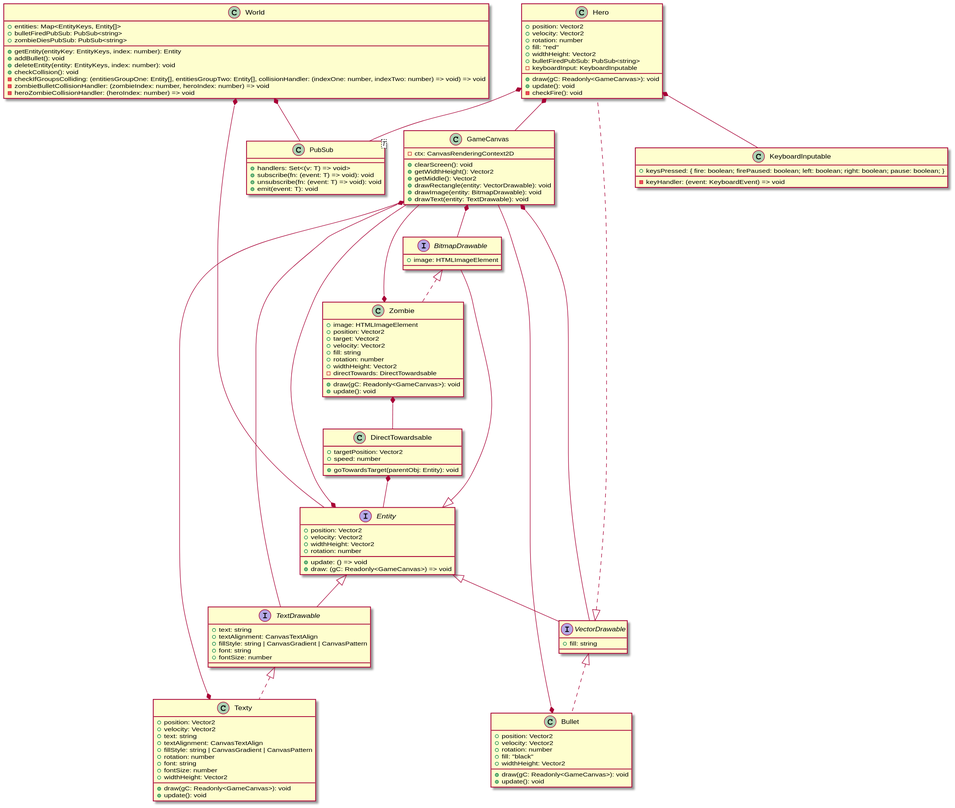
Before: uml-composition.svg, a diagram exported from PlantUML (David-Else/zombie-attack-4).
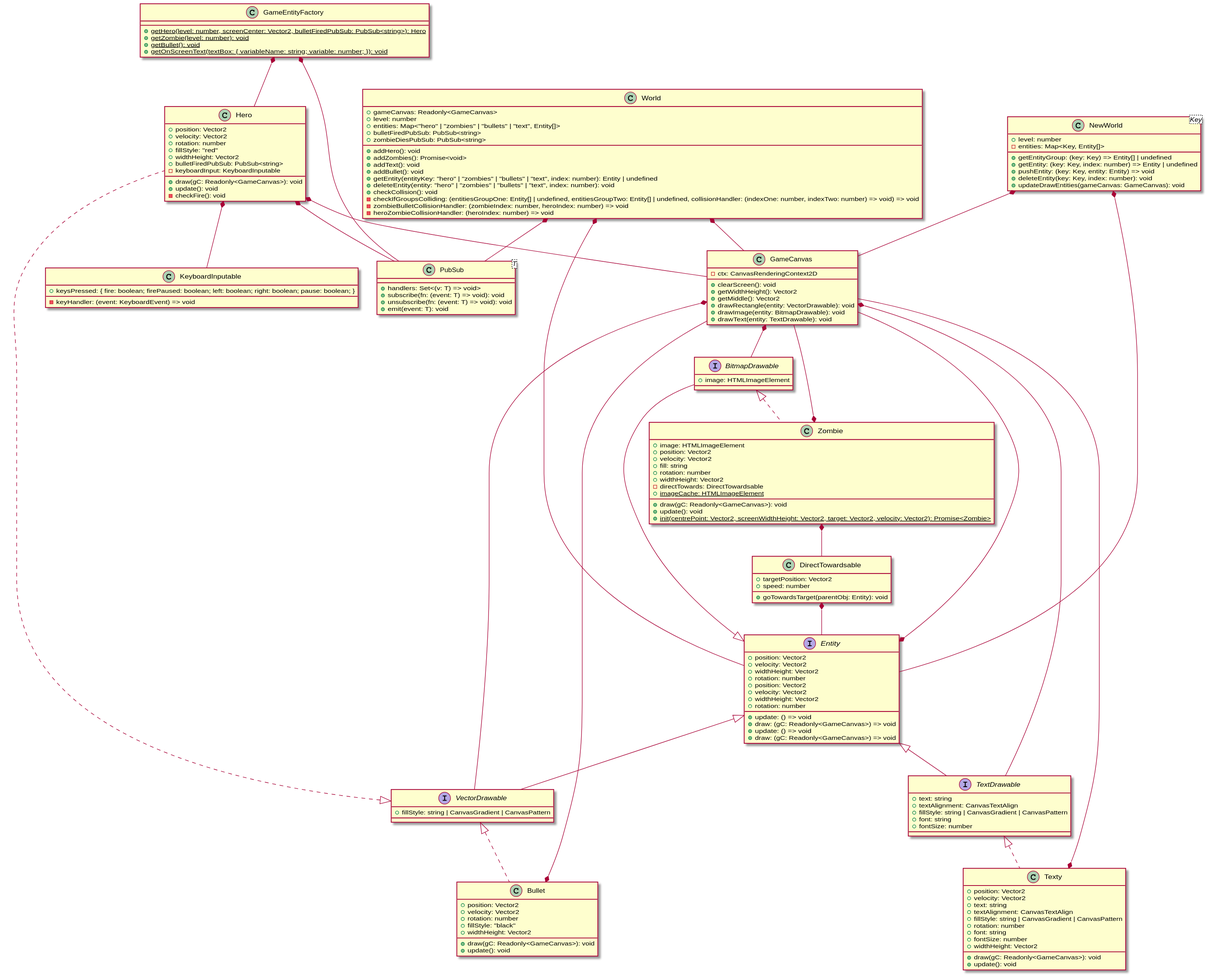
The same file after the commit.

Diff of the diagram source:
```diff
@@ -1,25 +1,13 @@
 @startuml
+class KeyboardInputable {
+    +keysPressed: { fire: boolean; firePaused: boolean; left: boolean; right: boolean; pause: boolean; }
+    -keyHandler: (event: KeyboardEvent) => void
+}
 class PubSub<T> {
     +handlers: Set<(v: T) => void>
     +subscribe(fn: (event: T) => void): void
     +unsubscribe(fn: (event: T) => void): void
     +emit(event: T): void
-}
-class KeyboardInputable {
-    +keysPressed: { fire: boolean; firePaused: boolean; left: boolean; right: boolean; pause: boolean; }
-    -keyHandler: (event: KeyboardEvent) => void
-}
-class Hero implements VectorDrawable {
-    +position: Vector2
-    +velocity: Vector2
-    +rotation: number
-    +fill: "red"
-    +widthHeight: Vector2
-    +bulletFiredPubSub: PubSub<string>
-    -keyboardInput: KeyboardInputable
-    +draw(gC: Readonly<GameCanvas>): void
-    +update(): void
-    -checkFire(): void
 }
 class DirectTowardsable {
     +targetPosition: Vector2
@@ -29,7 +17,6 @@
 class Zombie implements BitmapDrawable {
     +image: HTMLImageElement
     +position: Vector2
-    +target: Vector2
     +velocity: Vector2
     +fill: string
     +rotation: number
@@ -37,28 +24,8 @@
     -directTowards: DirectTowardsable
     +draw(gC: Readonly<GameCanvas>): void
     +update(): void
-}
-class Texty implements TextDrawable {
-    +position: Vector2
-    +velocity: Vector2
-    +text: string
-    +textAlignment: CanvasTextAlign
-    +fillStyle: string | CanvasGradient | CanvasPattern
-    +rotation: number
-    +font: string
-    +fontSize: number
-    +widthHeight: Vector2
-    +draw(gC: Readonly<GameCanvas>): void
-    +update(): void
-}
-class Bullet implements VectorDrawable {
-    +position: Vector2
-    +velocity: Vector2
-    +rotation: number
-    +fill: "black"
-    +widthHeight: Vector2
-    +draw(gC: Readonly<GameCanvas>): void
-    +update(): void
+    +{static} imageCache: HTMLImageElement
+    +{static} init(centrePoint: Vector2, screenWidthHeight: Vector2, target: Vector2, velocity: Vector2): Promise<Zombie>
 }
 interface Entity {
     +position: Vector2
@@ -69,19 +36,24 @@
     +draw: (gC: Readonly<GameCanvas>) => void
 }
 class World {
-    +entities: Map<EntityKeys, Entity[]>
+    +gameCanvas: Readonly<GameCanvas>
+    +level: number
+    +entities: Map<"hero" | "zombies" | "bullets" | "text", Entity[]>
     +bulletFiredPubSub: PubSub<string>
     +zombieDiesPubSub: PubSub<string>
-    +getEntity(entityKey: EntityKeys, index: number): Entity
+    +addHero(): void
+    +addZombies(): Promise<void>
+    +addText(): void
     +addBullet(): void
-    +deleteEntity(entity: EntityKeys, index: number): void
+    +getEntity(entityKey: "hero" | "zombies" | "bullets" | "text", index: number): Entity | undefined
+    +deleteEntity(entity: "hero" | "zombies" | "bullets" | "text", index: number): void
     +checkCollision(): void
-    -checkIfGroupsColliding: (entitiesGroupOne: Entity[], entitiesGroupTwo: Entity[], collisionHandler: (indexOne: number, indexTwo: number) => void) => void
+    -checkIfGroupsColliding: (entitiesGroupOne: Entity[] | undefined, entitiesGroupTwo: Entity[] | undefined, collisionHandler: (indexOne: number, indexTwo: number) => void) => void
     -zombieBulletCollisionHandler: (zombieIndex: number, heroIndex: number) => void
     -heroZombieCollisionHandler: (heroIndex: number) => void
 }
 interface VectorDrawable extends Entity {
-    +fill: string
+    +fillStyle: string | CanvasGradient | CanvasPattern
 }
 interface BitmapDrawable extends Entity {
     +image: HTMLImageElement
@@ -102,18 +74,80 @@
     +drawImage(entity: BitmapDrawable): void
     +drawText(entity: TextDrawable): void
 }
-Hero *-- PubSub
-Hero *-- KeyboardInputable
-Hero *-- GameCanvas
+class Hero implements VectorDrawable {
+    +position: Vector2
+    +velocity: Vector2
+    +rotation: number
+    +fillStyle: "red"
+    +widthHeight: Vector2
+    +bulletFiredPubSub: PubSub<string>
+    -keyboardInput: KeyboardInputable
+    +draw(gC: Readonly<GameCanvas>): void
+    +update(): void
+    -checkFire(): void
+}
+class Texty implements TextDrawable {
+    +position: Vector2
+    +velocity: Vector2
+    +text: string
+    +textAlignment: CanvasTextAlign
+    +fillStyle: string | CanvasGradient | CanvasPattern
+    +rotation: number
+    +font: string
+    +fontSize: number
+    +widthHeight: Vector2
+    +draw(gC: Readonly<GameCanvas>): void
+    +update(): void
+}
+class Bullet implements VectorDrawable {
+    +position: Vector2
+    +velocity: Vector2
+    +rotation: number
+    +fillStyle: "black"
+    +widthHeight: Vector2
+    +draw(gC: Readonly<GameCanvas>): void
+    +update(): void
+}
+class GameEntityFactory {
+    +{static} getHero(level: number, screenCenter: Vector2, bulletFiredPubSub: PubSub<string>): Hero
+    +{static} getZombie(level: number): void
+    +{static} getBullet(): void
+    +{static} getOnScreenText(textBox: { variableName: string; variable: number; }): void
+}
+interface Entity {
+    +position: Vector2
+    +velocity: Vector2
+    +widthHeight: Vector2
+    +rotation: number
+    +update: () => void
+    +draw: (gC: Readonly<GameCanvas>) => void
+}
+class NewWorld<Key> {
+    +level: number
+    -entities: Map<Key, Entity[]>
+    +getEntityGroup: (key: Key) => Entity[] | undefined
+    +getEntity: (key: Key, index: number) => Entity | undefined
+    +pushEntity: (key: Key, entity: Entity) => void
+    +deleteEntity(key: Key, index: number): void
+    +updateDrawEntities(gameCanvas: GameCanvas): void
+}
 DirectTowardsable *-- Entity
 Zombie *-- DirectTowardsable
 Zombie *-- GameCanvas
-Texty *-- GameCanvas
-Bullet *-- GameCanvas
 Entity *-- GameCanvas
+World *-- GameCanvas
 World *-- Entity
 World *-- PubSub
 GameCanvas *-- VectorDrawable
 GameCanvas *-- BitmapDrawable
 GameCanvas *-- TextDrawable
+Hero *-- PubSub
+Hero *-- KeyboardInputable
+Hero *-- GameCanvas
+Texty *-- GameCanvas
+Bullet *-- GameCanvas
+GameEntityFactory *-- PubSub
+GameEntityFactory *-- Hero
+NewWorld *-- Entity
+NewWorld *-- GameCanvas
 @enduml
```
